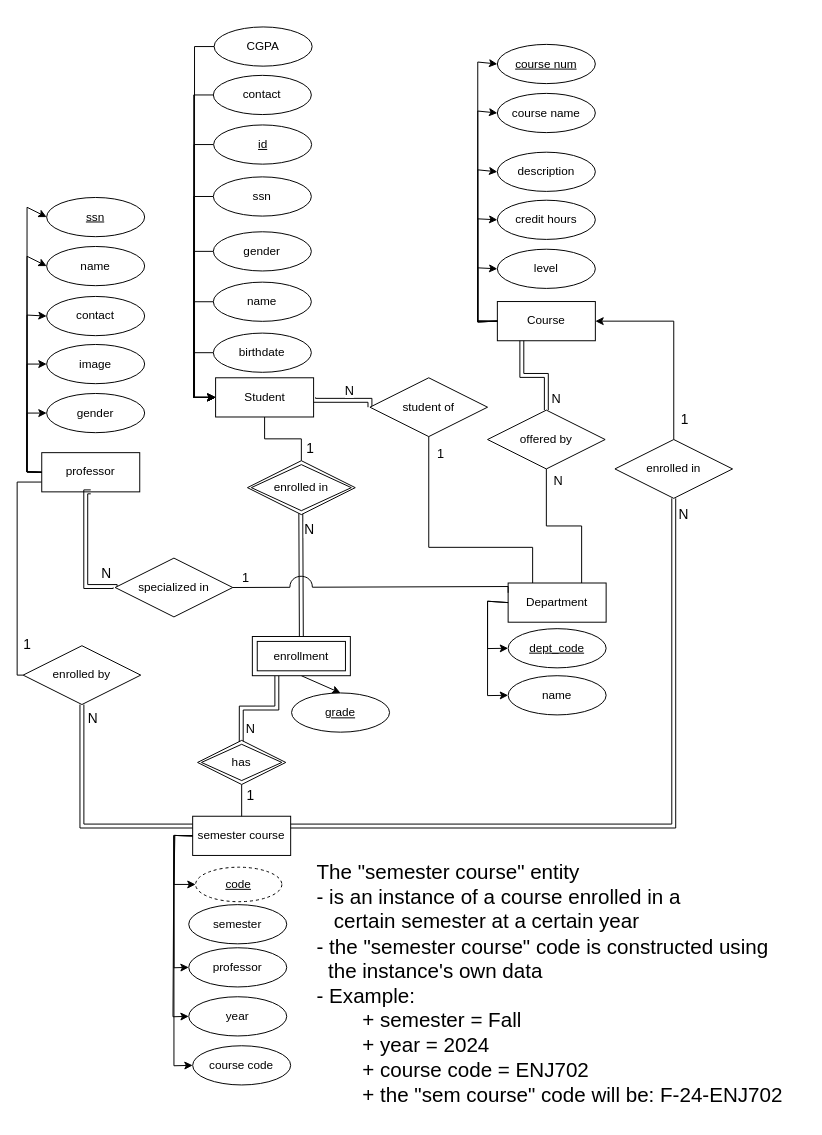
This is diagrams/University_ERD.drawio from DiaaAhmedHassan/university_system, a draw.io file, before an edit. Source tidied: cells renumbered, new cells numbered last; positions are measured from the earlier drawing's top-left corner, leaving out a move shared by most shapes. Both pictures are drawn from the tidied source at 98%, with x=0, y=0 at pixel (-460, 26).
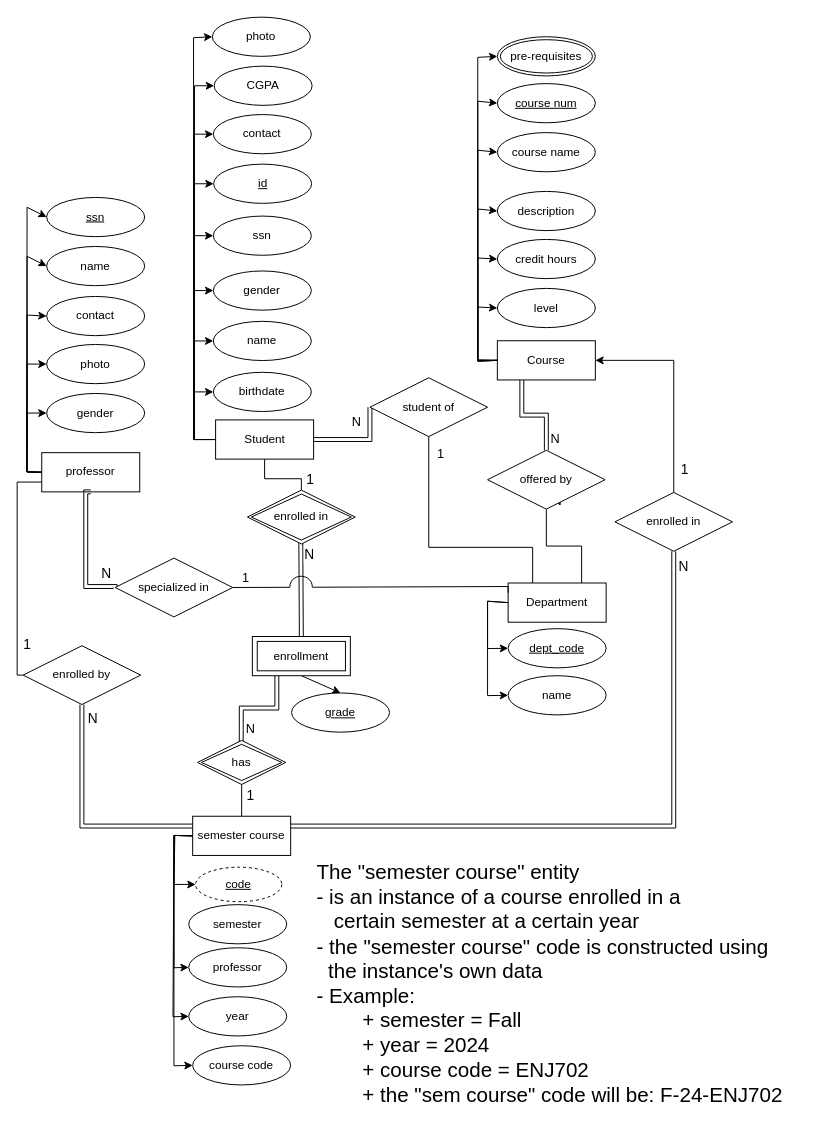
The same page after the edit.

Commit message (it also covers changes not shown here):
modifications on the ERD

The change refers to these unchanged cells:
```xml
<mxCell id="91" value="student of" style="shape=rhombus;perimeter=rhombusPerimeter;whiteSpace=wrap;html=1;align=center;" parent="1" vertex="1">
  <mxGeometry x="846" y="358" width="120" height="60" as="geometry" />
</mxCell>
```

Diff of the diagram source:
```diff
@@
-    <mxCell id="37" value="image" style="ellipse;whiteSpace=wrap;html=1;align=center;" parent="1" vertex="1">
+    <mxCell id="37" value="photo" style="ellipse;whiteSpace=wrap;html=1;align=center;" parent="1" vertex="1">
       <mxGeometry x="516.1" y="324" width="100" height="40" as="geometry" />
     </mxCell>
@@
     <mxCell id="49" value="Course" style="whiteSpace=wrap;html=1;align=center;" parent="1" vertex="1">
-      <mxGeometry x="976" y="280.2" width="100" height="40" as="geometry" />
+      <mxGeometry x="976" y="320.2" width="100" height="40" as="geometry" />
     </mxCell>
     <mxCell id="50" value="&lt;u&gt;course num&lt;/u&gt;" style="ellipse;whiteSpace=wrap;html=1;align=center;" parent="1" vertex="1">
-      <mxGeometry x="976" y="17.8" width="100" height="40" as="geometry" />
+      <mxGeometry x="976" y="57.8" width="100" height="40" as="geometry" />
     </mxCell>
     <mxCell id="51" value="course name" style="ellipse;whiteSpace=wrap;html=1;align=center;" parent="1" vertex="1">
-      <mxGeometry x="976" y="67.8" width="100" height="40" as="geometry" />
+      <mxGeometry x="976" y="107.8" width="100" height="40" as="geometry" />
     </mxCell>
     <mxCell id="52" value="description" style="ellipse;whiteSpace=wrap;html=1;align=center;" parent="1" vertex="1">
-      <mxGeometry x="976" y="127.8" width="100" height="40" as="geometry" />
+      <mxGeometry x="976" y="167.8" width="100" height="40" as="geometry" />
     </mxCell>
     <mxCell id="53" value="credit hours" style="ellipse;whiteSpace=wrap;html=1;align=center;" parent="1" vertex="1">
-      <mxGeometry x="976" y="176.8" width="100" height="40" as="geometry" />
+      <mxGeometry x="976" y="216.8" width="100" height="40" as="geometry" />
     </mxCell>
     <mxCell id="54" value="level" style="ellipse;whiteSpace=wrap;html=1;align=center;" parent="1" vertex="1">
-      <mxGeometry x="976" y="226.8" width="100" height="40" as="geometry" />
+      <mxGeometry x="976" y="266.8" width="100" height="40" as="geometry" />
     </mxCell>
     <mxCell id="55" style="edgeStyle=none;jettySize=auto;html=1;rounded=0;entryX=0;entryY=0.5;entryDx=0;entryDy=0;exitX=0;exitY=0.5;exitDx=0;exitDy=0;" parent="1" edge="1" source="49" target="50">
       <mxGeometry relative="1" as="geometry">
         <Array as="points">
-          <mxPoint x="956" y="300" />
-          <mxPoint x="956" y="35.8" />
+          <mxPoint x="956" y="340" />
+          <mxPoint x="956" y="75.8" />
         </Array>
       </mxGeometry>
     </mxCell>
     <mxCell id="56" style="edgeStyle=none;jettySize=auto;html=1;rounded=0;entryX=0;entryY=0.5;entryDx=0;entryDy=0;exitX=0;exitY=0.5;exitDx=0;exitDy=0;" parent="1" edge="1" source="49" target="51">
       <mxGeometry relative="1" as="geometry">
         <Array as="points">
-          <mxPoint x="956" y="301" />
-          <mxPoint x="956" y="85.8" />
+          <mxPoint x="956" y="341" />
+          <mxPoint x="956" y="125.8" />
         </Array>
       </mxGeometry>
     </mxCell>
     <mxCell id="57" style="edgeStyle=none;jettySize=auto;html=1;rounded=0;entryX=0;entryY=0.5;entryDx=0;entryDy=0;exitX=0;exitY=0.5;exitDx=0;exitDy=0;" parent="1" edge="1" source="49" target="52">
       <mxGeometry relative="1" as="geometry">
         <Array as="points">
-          <mxPoint x="956" y="301" />
-          <mxPoint x="956" y="145.8" />
+          <mxPoint x="956" y="341" />
+          <mxPoint x="956" y="185.8" />
         </Array>
       </mxGeometry>
     </mxCell>
     <mxCell id="58" style="edgeStyle=none;jettySize=auto;html=1;rounded=0;entryX=0;entryY=0.5;entryDx=0;entryDy=0;exitX=0;exitY=0.5;exitDx=0;exitDy=0;" parent="1" edge="1" source="49" target="53">
       <mxGeometry relative="1" as="geometry">
         <Array as="points">
-          <mxPoint x="956" y="301" />
-          <mxPoint x="956" y="195.8" />
+          <mxPoint x="956" y="341" />
+          <mxPoint x="956" y="235.8" />
         </Array>
       </mxGeometry>
     </mxCell>
     <mxCell id="59" style="edgeStyle=none;jettySize=auto;html=1;rounded=0;entryX=0;entryY=0.5;entryDx=0;entryDy=0;exitX=0;exitY=0.5;exitDx=0;exitDy=0;" parent="1" edge="1" source="49" target="54">
       <mxGeometry relative="1" as="geometry">
         <Array as="points">
-          <mxPoint x="956" y="300" />
-          <mxPoint x="956" y="245.8" />
+          <mxPoint x="956" y="340" />
+          <mxPoint x="956" y="285.8" />
         </Array>
       </mxGeometry>
     </mxCell>
@@
     <mxCell id="64" value="enrolled in" style="shape=rhombus;perimeter=rhombusPerimeter;whiteSpace=wrap;html=1;align=center;" parent="1" vertex="1">
-      <mxGeometry x="1096" y="421" width="120" height="60" as="geometry" />
+      <mxGeometry x="1096" y="475" width="120" height="60" as="geometry" />
     </mxCell>
-    <mxCell id="65" style="edgeStyle=orthogonalEdgeStyle;rounded=0;jettySize=auto;html=1;exitX=0;exitY=0.5;exitDx=0;exitDy=0;entryX=0;entryY=0.5;entryDx=0;entryDy=0;" parent="1" edge="1" source="66" target="83">
+    <mxCell id="65" style="edgeStyle=orthogonalEdgeStyle;rounded=0;jettySize=auto;html=1;exitX=0;exitY=0.5;exitDx=0;exitDy=0;entryX=0;entryY=0.5;entryDx=0;entryDy=0;endArrow=none;endFill=0;startArrow=classic;startFill=1;" parent="1" edge="1" source="66" target="83">
       <mxGeometry relative="1" as="geometry" />
     </mxCell>
     <mxCell id="66" value="CGPA" style="ellipse;whiteSpace=wrap;html=1;align=center;" parent="1" vertex="1">
-      <mxGeometry x="687" width="100" height="40" as="geometry" />
+      <mxGeometry x="687" y="40" width="100" height="40" as="geometry" />
     </mxCell>
-    <mxCell id="67" style="edgeStyle=orthogonalEdgeStyle;rounded=0;jettySize=auto;html=1;exitX=0;exitY=0.5;exitDx=0;exitDy=0;entryX=0;entryY=0.5;entryDx=0;entryDy=0;" parent="1" edge="1" source="68" target="83">
+    <mxCell id="67" style="edgeStyle=orthogonalEdgeStyle;rounded=0;jettySize=auto;html=1;exitX=0;exitY=0.5;exitDx=0;exitDy=0;entryX=0;entryY=0.5;entryDx=0;entryDy=0;endArrow=none;endFill=0;startArrow=classic;startFill=1;" parent="1" edge="1" source="68" target="83">
       <mxGeometry relative="1" as="geometry" />
     </mxCell>
     <mxCell id="68" value="contact" style="ellipse;whiteSpace=wrap;html=1;align=center;" parent="1" vertex="1">
-      <mxGeometry x="686.2" y="49.4" width="100" height="40" as="geometry" />
+      <mxGeometry x="686.2" y="89.4" width="100" height="40" as="geometry" />
     </mxCell>
-    <mxCell id="69" style="edgeStyle=orthogonalEdgeStyle;rounded=0;jettySize=auto;html=1;exitX=0;exitY=0.5;exitDx=0;exitDy=0;entryX=0;entryY=0.5;entryDx=0;entryDy=0;" parent="1" edge="1" source="70" target="83">
+    <mxCell id="69" style="edgeStyle=orthogonalEdgeStyle;rounded=0;jettySize=auto;html=1;exitX=0;exitY=0.5;exitDx=0;exitDy=0;entryX=0;entryY=0.5;entryDx=0;entryDy=0;startArrow=classic;startFill=1;endArrow=none;endFill=0;" parent="1" edge="1" source="70" target="83">
       <mxGeometry relative="1" as="geometry" />
     </mxCell>
     <mxCell id="70" value="id" style="ellipse;whiteSpace=wrap;html=1;align=center;fontStyle=4;" parent="1" vertex="1">
-      <mxGeometry x="686.5" y="100" width="100" height="40" as="geometry" />
+      <mxGeometry x="686.5" y="140" width="100" height="40" as="geometry" />
     </mxCell>
-    <mxCell id="71" style="edgeStyle=orthogonalEdgeStyle;rounded=0;jettySize=auto;html=1;exitX=0;exitY=0.5;exitDx=0;exitDy=0;entryX=0;entryY=0.5;entryDx=0;entryDy=0;" parent="1" edge="1" source="72" target="83">
+    <mxCell id="71" style="edgeStyle=orthogonalEdgeStyle;rounded=0;jettySize=auto;html=1;exitX=0;exitY=0.5;exitDx=0;exitDy=0;entryX=0;entryY=0.5;entryDx=0;entryDy=0;endArrow=none;endFill=0;startArrow=classic;startFill=1;" parent="1" edge="1" source="72" target="83">
       <mxGeometry relative="1" as="geometry" />
     </mxCell>
     <mxCell id="72" value="ssn" style="ellipse;whiteSpace=wrap;html=1;align=center;" parent="1" vertex="1">
-      <mxGeometry x="686.2" y="153" width="100" height="40" as="geometry" />
+      <mxGeometry x="686.2" y="193" width="100" height="40" as="geometry" />
     </mxCell>
-    <mxCell id="73" style="edgeStyle=orthogonalEdgeStyle;rounded=0;jettySize=auto;html=1;exitX=0;exitY=0.5;exitDx=0;exitDy=0;entryX=0;entryY=0.5;entryDx=0;entryDy=0;" parent="1" edge="1" source="74" target="83">
+    <mxCell id="73" style="edgeStyle=orthogonalEdgeStyle;rounded=0;jettySize=auto;html=1;exitX=0;exitY=0.5;exitDx=0;exitDy=0;entryX=0;entryY=0.5;entryDx=0;entryDy=0;endArrow=none;endFill=0;startArrow=classic;startFill=1;" parent="1" edge="1" source="74" target="83">
       <mxGeometry relative="1" as="geometry" />
     </mxCell>
     <mxCell id="74" value="gender" style="ellipse;whiteSpace=wrap;html=1;align=center;" parent="1" vertex="1">
-      <mxGeometry x="686.2" y="209" width="100" height="40" as="geometry" />
+      <mxGeometry x="686.2" y="249" width="100" height="40" as="geometry" />
     </mxCell>
-    <mxCell id="75" style="edgeStyle=orthogonalEdgeStyle;rounded=0;jettySize=auto;html=1;exitX=0;exitY=0.5;exitDx=0;exitDy=0;entryX=0;entryY=0.5;entryDx=0;entryDy=0;" parent="1" edge="1" source="76" target="83">
+    <mxCell id="75" style="edgeStyle=orthogonalEdgeStyle;rounded=0;jettySize=auto;html=1;exitX=0;exitY=0.5;exitDx=0;exitDy=0;entryX=0;entryY=0.5;entryDx=0;entryDy=0;endArrow=none;endFill=0;startArrow=classic;startFill=1;" parent="1" edge="1" source="76" target="83">
       <mxGeometry relative="1" as="geometry">
         <Array as="points">
-          <mxPoint x="666" y="280" />
-          <mxPoint x="666" y="378" />
+          <mxPoint x="666" y="320" />
+          <mxPoint x="666" y="421" />
         </Array>
       </mxGeometry>
     </mxCell>
     <mxCell id="76" value="name" style="ellipse;whiteSpace=wrap;html=1;align=center;" parent="1" vertex="1">
-      <mxGeometry x="686.2" y="260.4" width="100" height="40" as="geometry" />
+      <mxGeometry x="686.2" y="300.4" width="100" height="40" as="geometry" />
     </mxCell>
-    <mxCell id="77" style="edgeStyle=orthogonalEdgeStyle;rounded=0;jettySize=auto;html=1;exitX=0;exitY=0.5;exitDx=0;exitDy=0;entryX=0;entryY=0.5;entryDx=0;entryDy=0;" parent="1" edge="1" source="78" target="83">
+    <mxCell id="77" style="edgeStyle=orthogonalEdgeStyle;rounded=0;jettySize=auto;html=1;exitX=0;exitY=0.5;exitDx=0;exitDy=0;entryX=0;entryY=0.5;entryDx=0;entryDy=0;endArrow=none;endFill=0;startArrow=classic;startFill=1;" parent="1" edge="1" source="78" target="83">
       <mxGeometry relative="1" as="geometry" />
     </mxCell>
     <mxCell id="78" value="birthdate" style="ellipse;whiteSpace=wrap;html=1;align=center;" parent="1" vertex="1">
-      <mxGeometry x="686.2" y="312.4" width="100" height="40" as="geometry" />
+      <mxGeometry x="686.2" y="352.4" width="100" height="40" as="geometry" />
     </mxCell>
     <mxCell id="79" style="edgeStyle=orthogonalEdgeStyle;rounded=0;jettySize=auto;html=1;exitX=1;exitY=0.5;exitDx=0;exitDy=0;entryX=0;entryY=0.5;entryDx=0;entryDy=0;shape=link;" parent="1" edge="1" source="83" target="91">
       <mxGeometry relative="1" as="geometry">
         <Array as="points">
-          <mxPoint x="789" y="381" />
+          <mxPoint x="789" y="421" />
+          <mxPoint x="846" y="421" />
         </Array>
       </mxGeometry>
     </mxCell>
@@
     <mxCell id="83" value="Student" style="whiteSpace=wrap;html=1;align=center;" parent="1" vertex="1">
-      <mxGeometry x="688.5" y="358" width="100" height="40" as="geometry" />
+      <mxGeometry x="688.5" y="401" width="100" height="40" as="geometry" />
     </mxCell>
@@
     <mxCell id="96" value="offered by" style="shape=rhombus;perimeter=rhombusPerimeter;whiteSpace=wrap;html=1;align=center;" parent="1" vertex="1">
-      <mxGeometry x="966" y="391" width="120" height="60" as="geometry" />
+      <mxGeometry x="966" y="432" width="120" height="60" as="geometry" />
     </mxCell>
@@
     <mxCell id="99" value="enrolled in" style="shape=rhombus;double=1;perimeter=rhombusPerimeter;whiteSpace=wrap;html=1;align=center;" parent="1" vertex="1">
-      <mxGeometry x="721" y="442.6" width="110" height="55" as="geometry" />
+      <mxGeometry x="721" y="472.6" width="110" height="55" as="geometry" />
     </mxCell>
@@
+    <mxCell id="102" value="photo" style="ellipse;whiteSpace=wrap;html=1;align=center;" parent="1" vertex="1">
+      <mxGeometry x="685.2" y="-10" width="100" height="40" as="geometry" />
+    </mxCell>
+    <mxCell id="103" style="edgeStyle=none;jettySize=auto;html=1;rounded=0;exitX=0;exitY=0.5;exitDx=0;exitDy=0;entryX=0;entryY=0.5;entryDx=0;entryDy=0;endArrow=none;endFill=0;startArrow=classic;startFill=1;" parent="1" edge="1" source="102" target="83">
+      <mxGeometry relative="1" as="geometry">
+        <Array as="points">
+          <mxPoint x="666" y="11" />
+          <mxPoint x="666" y="421" />
+        </Array>
+      </mxGeometry>
+    </mxCell>
+    <mxCell id="104" value="pre-requisites" style="ellipse;shape=doubleEllipse;margin=3;whiteSpace=wrap;html=1;align=center;" parent="1" vertex="1">
+      <mxGeometry x="976" y="10" width="100" height="40" as="geometry" />
+    </mxCell>
+    <mxCell id="105" style="edgeStyle=none;jettySize=auto;html=1;rounded=0;entryX=0;entryY=0.5;entryDx=0;entryDy=0;exitX=0;exitY=0.5;exitDx=0;exitDy=0;" parent="1" edge="1" source="49" target="104">
+      <mxGeometry relative="1" as="geometry">
+        <Array as="points">
+          <mxPoint x="956" y="340" />
+          <mxPoint x="956" y="31" />
+        </Array>
+      </mxGeometry>
+    </mxCell>
```
